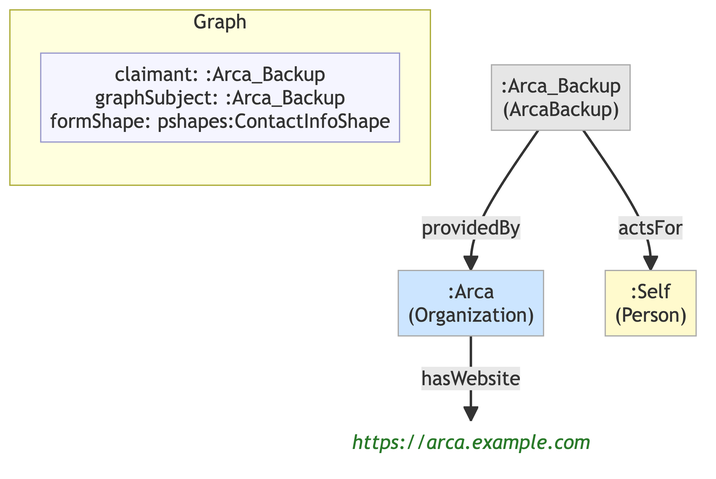
Earlier version of the Mermaid export example/graphs/images/graph-96.png (MeeFoundation/mia-ontologies). Its source is kept beside it as example/graphs/images/graph-96.mmd.
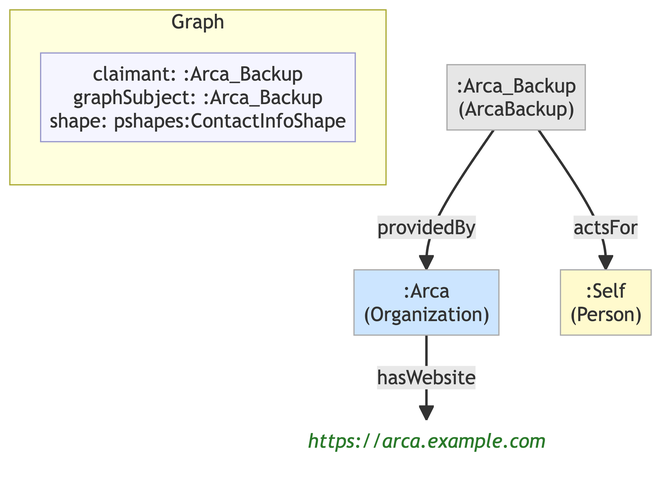
Later version of the same file.

What changed in the source:
```diff
@@ -7,7 +7,7 @@
 
     subgraph ctx["Graph"]
         direction LR
-        ctx_meta["claimant: :Arca_Backup\ngraphSubject: :Arca_Backup\nformShape: pshapes:ContactInfoShape"]:::meta
+        ctx_meta["claimant: :Arca_Backup\ngraphSubject: :Arca_Backup\nshape: pshapes:ContactInfoShape"]:::meta
     end
 
     na72da163727c[":Arca\n(Organization)"]:::org
```
